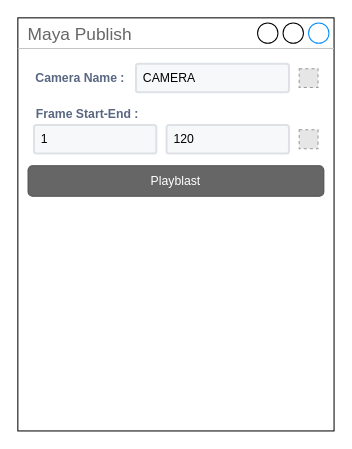
Before: media_publish_workfrow.drawio in burasate/diagrams, a draw.io diagram. Source tidied: cells renumbered, new cells numbered last; positions are measured from the earlier drawing's top-left corner, leaving out a move shared by most shapes. Both pictures are drawn from the tidied source at 102%, with x=0, y=0 at pixel (17, 17). Pictures stored in the file or linked from it are replaced by grey dashed boxes.
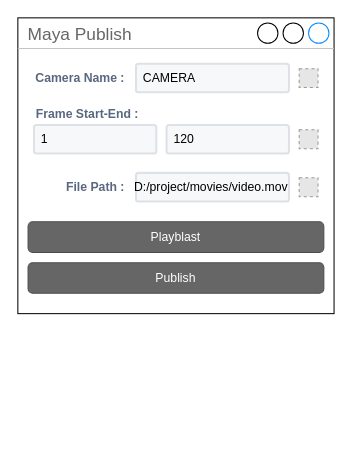
The same page after the edit.

The edit, as a diff of the source:
```diff
@@
 <mxGraphModel>
   <root>
     <mxCell id="0" />
     <mxCell id="1" parent="0" />
     <mxCell id="2" value="Maya Publish" style="strokeWidth=1;shadow=0;dashed=0;align=center;html=1;shape=mxgraph.mockup.containers.window;align=left;verticalAlign=top;spacingLeft=8;strokeColor2=#008cff;strokeColor3=#c4c4c4;fontColor=#666666;mainText=;fontSize=17;labelBackgroundColor=none;" parent="1" vertex="1">
-      <mxGeometry width="310" height="405" as="geometry" />
+      <mxGeometry width="310" height="290" as="geometry" />
     </mxCell>
     <mxCell id="3" value="&lt;font style=&quot;font-size: 12px&quot;&gt;Playblast&lt;/font&gt;" style="rounded=1;html=1;shadow=0;dashed=0;whiteSpace=wrap;fontSize=10;fillColor=#666666;align=center;strokeColor=#4D4D4D;fontColor=#ffffff;" parent="1" vertex="1">
-      <mxGeometry x="10" y="145" width="290" height="30" as="geometry" />
+      <mxGeometry x="10" y="200" width="290" height="30" as="geometry" />
     </mxCell>
     <mxCell id="4" style="group;" parent="1" vertex="1">
       <mxGeometry x="15.8" y="45" width="278.5" height="28" as="geometry" />
     </mxCell>
     <mxCell id="5" value="&lt;font style=&quot;font-size: 12px&quot;&gt;Camera Name :&lt;/font&gt;" style="fillColor=none;strokeColor=none;html=1;fontSize=11;fontStyle=0;align=right;fontColor=#596780;fontStyle=1;fontSize=11;" parent="4" vertex="1">
       <mxGeometry y="4" width="90" height="20" as="geometry" />
     </mxCell>
     <mxCell id="6" value="CAMERA" style="rounded=1;arcSize=9;fillColor=#F7F8F9;align=left;spacingLeft=5;strokeColor=#DEE1E6;html=1;strokeWidth=2;fontSize=12;" parent="4" vertex="1">
       <mxGeometry x="100" width="150" height="28" as="geometry" />
     </mxCell>
     <mxCell id="7" style="fillColor=#E6E6E6;strokeColor=#999999;dashed=1;html=1;verticalAlign=top;verticalLabelPosition=bottom;labelBackgroundColor=#ffffff;fontSize=12;" parent="4" vertex="1">
       <mxGeometry x="260" y="4.8" width="18.5" height="18.5" as="geometry" />
     </mxCell>
     <mxCell id="8" style="group;" parent="1" vertex="1">
       <mxGeometry x="15.8" y="85" width="278.5" height="48" as="geometry" />
     </mxCell>
     <mxCell id="9" value="&lt;font style=&quot;font-size: 12px&quot;&gt;Frame Start-End :&lt;/font&gt;" style="fillColor=none;strokeColor=none;html=1;fontSize=11;fontStyle=0;align=left;fontColor=#596780;fontStyle=1;fontSize=11;" parent="8" vertex="1">
       <mxGeometry width="90" height="20" as="geometry" />
     </mxCell>
     <mxCell id="10" value="120" style="rounded=1;arcSize=9;fillColor=#F7F8F9;align=left;spacingLeft=5;strokeColor=#DEE1E6;html=1;strokeWidth=2;fontSize=12;" parent="8" vertex="1">
       <mxGeometry x="130" y="20" width="120" height="28" as="geometry" />
     </mxCell>
     <mxCell id="11" style="fillColor=#E6E6E6;strokeColor=#999999;dashed=1;html=1;verticalAlign=top;verticalLabelPosition=bottom;labelBackgroundColor=#ffffff;fontSize=12;" parent="8" vertex="1">
       <mxGeometry x="260" y="24.8" width="18.5" height="18.5" as="geometry" />
     </mxCell>
     <mxCell id="12" value="1" style="rounded=1;arcSize=9;fillColor=#F7F8F9;align=left;spacingLeft=5;strokeColor=#DEE1E6;html=1;strokeWidth=2;fontSize=12;" parent="8" vertex="1">
       <mxGeometry y="20" width="120" height="28" as="geometry" />
     </mxCell>
+    <mxCell id="13" value="&lt;font style=&quot;font-size: 12px&quot;&gt;Publish&lt;/font&gt;" style="rounded=1;html=1;shadow=0;dashed=0;whiteSpace=wrap;fontSize=10;fillColor=#666666;align=center;strokeColor=#4D4D4D;fontColor=#ffffff;" parent="1" vertex="1">
+      <mxGeometry x="10" y="240" width="290" height="30" as="geometry" />
+    </mxCell>
+    <mxCell id="14" style="group;" parent="1" vertex="1">
+      <mxGeometry x="15.8" y="152" width="278.5" height="28" as="geometry" />
+    </mxCell>
+    <mxCell id="15" value="&lt;font style=&quot;font-size: 12px&quot;&gt;File Path :&lt;/font&gt;" style="fillColor=none;strokeColor=none;html=1;fontSize=11;fontStyle=0;align=right;fontColor=#596780;fontStyle=1;fontSize=11;" parent="14" vertex="1">
+      <mxGeometry y="4" width="90" height="20" as="geometry" />
+    </mxCell>
+    <mxCell id="16" value="D:/project/movies/video.mov" style="rounded=1;arcSize=9;fillColor=#F7F8F9;align=right;spacingLeft=5;strokeColor=#DEE1E6;html=1;strokeWidth=2;fontSize=12;" parent="14" vertex="1">
+      <mxGeometry x="100" width="150" height="28" as="geometry" />
+    </mxCell>
+    <mxCell id="17" style="fillColor=#E6E6E6;strokeColor=#999999;dashed=1;html=1;verticalAlign=top;verticalLabelPosition=bottom;labelBackgroundColor=#ffffff;fontSize=12;" parent="14" vertex="1">
+      <mxGeometry x="260" y="4.8" width="18.5" height="18.5" as="geometry" />
+    </mxCell>
   </root>
 </mxGraphModel>
```
